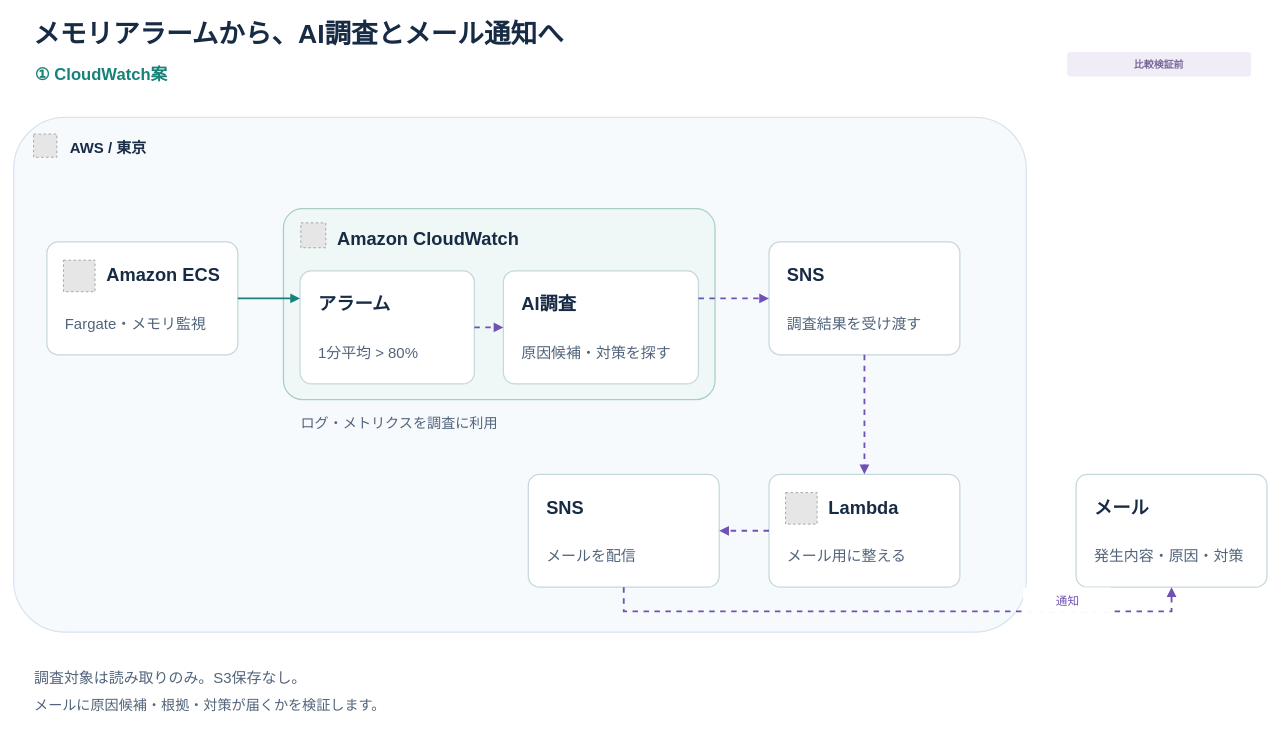
Earlier version of the draw.io diagram page "① CloudWatch案" (1 of 2) of docs/architecture.drawio (tikyuu/aws-incident-intelligence). Source tidied: cells renumbered, new cells numbered last; positions are measured from the earlier drawing's top-left corner, leaving out a move shared by most shapes. Both pictures are drawn from the tidied source at 83%, with x=0, y=0 at pixel (13, 13). Pictures stored in the file or linked from it are replaced by grey dashed boxes.
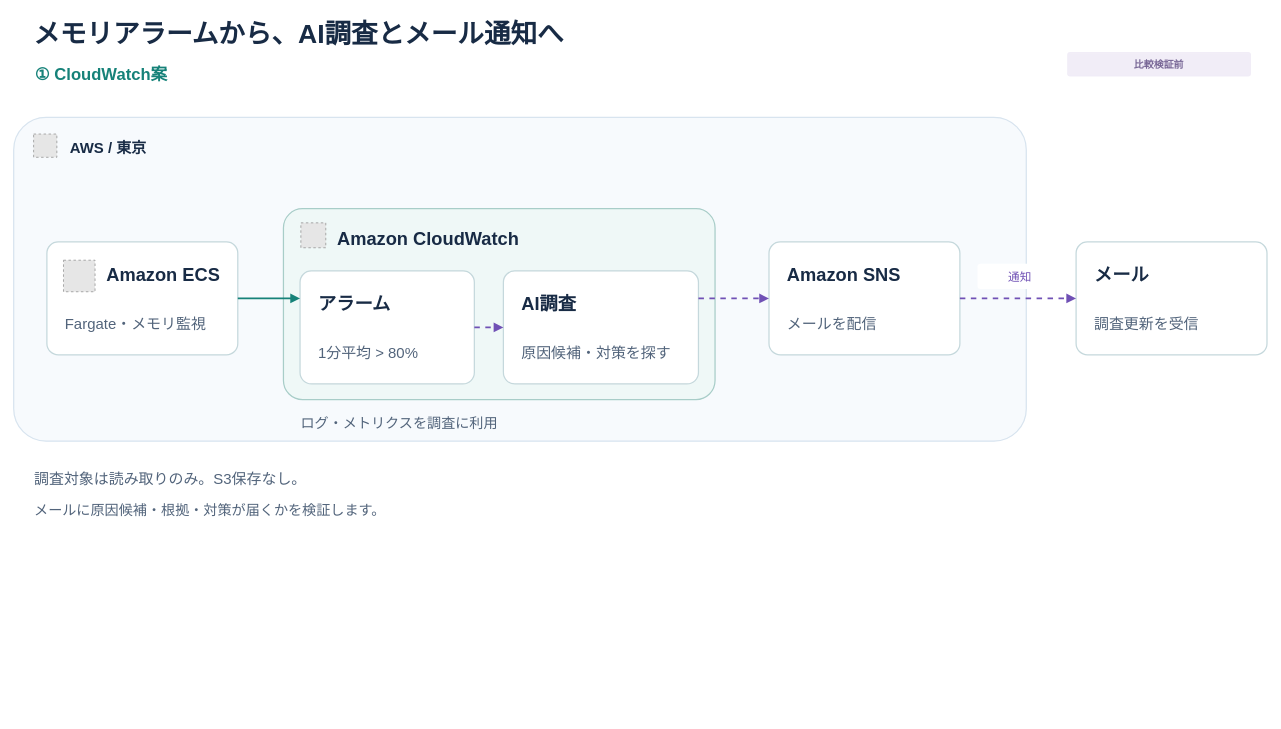
The same diagram, later.

Diff of the diagram source:
```diff
@@
     <mxCell id="6" style="rounded=1;arcSize=10;fillColor=#F7FAFD;strokeColor=#D8E4EF;strokeWidth=1.5;dashed=0;" parent="1" vertex="1">
-      <mxGeometry y="125" width="1220" height="620" as="geometry" />
+      <mxGeometry y="125" width="1220" height="390" as="geometry" />
     </mxCell>
@@
-    <mxCell id="24" value="SNS" style="text;html=0;strokeColor=none;fillColor=none;align=left;verticalAlign=top;spacing=0;fontFamily=Hiragino Sans;fontSize=22;fontColor=#182B45;fontStyle=1;" parent="1" vertex="1">
+    <mxCell id="24" value="Amazon SNS" style="text;html=0;strokeColor=none;fillColor=none;align=left;verticalAlign=top;spacing=0;fontFamily=Hiragino Sans;fontSize=22;fontColor=#182B45;fontStyle=1;" parent="1" vertex="1">
       <mxGeometry x="932" y="297" width="186" height="32" as="geometry" />
     </mxCell>
-    <mxCell id="25" value="調査結果を受け渡す" style="text;html=0;strokeColor=none;fillColor=none;align=left;verticalAlign=top;spacing=0;fontFamily=Hiragino Sans;fontSize=18;fontColor=#52647B;fontStyle=0;" parent="1" vertex="1">
+    <mxCell id="25" value="メールを配信" style="text;html=0;strokeColor=none;fillColor=none;align=left;verticalAlign=top;spacing=0;fontFamily=Hiragino Sans;fontSize=18;fontColor=#52647B;fontStyle=0;" parent="1" vertex="1">
       <mxGeometry x="932" y="358" width="186" height="28" as="geometry" />
     </mxCell>
     <mxCell id="26" style="rounded=1;arcSize=10;fillColor=#FFFFFF;strokeColor=#C5D8DC;strokeWidth=1.5;dashed=0;" parent="1" vertex="1">
-      <mxGeometry x="910" y="555" width="230" height="136" as="geometry" />
+      <mxGeometry x="1280" y="275" width="230" height="136" as="geometry" />
     </mxCell>
-    <mxCell id="27" style="fillColor=#E6E6E6;strokeColor=#999999;dashed=1;" parent="1" vertex="1">
-      <mxGeometry x="930" y="577" width="38" height="38" as="geometry" />
+    <mxCell id="27" value="メール" style="text;html=0;strokeColor=none;fillColor=none;align=left;verticalAlign=top;spacing=0;fontFamily=Hiragino Sans;fontSize=22;fontColor=#182B45;fontStyle=1;" parent="1" vertex="1">
+      <mxGeometry x="1302" y="297" width="186" height="32" as="geometry" />
     </mxCell>
-    <mxCell id="28" value="Lambda" style="text;html=0;strokeColor=none;fillColor=none;align=left;verticalAlign=top;spacing=0;fontFamily=Hiragino Sans;fontSize=22;fontColor=#182B45;fontStyle=1;" parent="1" vertex="1">
-      <mxGeometry x="982" y="577" width="140" height="32" as="geometry" />
+    <mxCell id="28" value="調査更新を受信" style="text;html=0;strokeColor=none;fillColor=none;align=left;verticalAlign=top;spacing=0;fontFamily=Hiragino Sans;fontSize=18;fontColor=#52647B;fontStyle=0;" parent="1" vertex="1">
+      <mxGeometry x="1302" y="358" width="186" height="28" as="geometry" />
     </mxCell>
-    <mxCell id="29" value="メール用に整える" style="text;html=0;strokeColor=none;fillColor=none;align=left;verticalAlign=top;spacing=0;fontFamily=Hiragino Sans;fontSize=18;fontColor=#52647B;fontStyle=0;" parent="1" vertex="1">
-      <mxGeometry x="932" y="638" width="186" height="28" as="geometry" />
-    </mxCell>
-    <mxCell id="30" style="rounded=1;arcSize=10;fillColor=#FFFFFF;strokeColor=#C5D8DC;strokeWidth=1.5;dashed=0;" parent="1" vertex="1">
-      <mxGeometry x="620" y="555" width="230" height="136" as="geometry" />
-    </mxCell>
-    <mxCell id="31" value="SNS" style="text;html=0;strokeColor=none;fillColor=none;align=left;verticalAlign=top;spacing=0;fontFamily=Hiragino Sans;fontSize=22;fontColor=#182B45;fontStyle=1;" parent="1" vertex="1">
-      <mxGeometry x="642" y="577" width="186" height="32" as="geometry" />
-    </mxCell>
-    <mxCell id="32" value="メールを配信" style="text;html=0;strokeColor=none;fillColor=none;align=left;verticalAlign=top;spacing=0;fontFamily=Hiragino Sans;fontSize=18;fontColor=#52647B;fontStyle=0;" parent="1" vertex="1">
-      <mxGeometry x="642" y="638" width="186" height="28" as="geometry" />
-    </mxCell>
+    <mxCell id="46" style="edgeStyle=none;rounded=0;html=0;strokeColor=#168279;strokeWidth=2.2;endArrow=block;endFill=1;startArrow=none;startFill=1;dashed=0;" parent="1" edge="1">
+      <mxGeometry relative="1" as="geometry">
+        <mxPoint x="270" y="343" as="sourcePoint" />
+        <mxPoint x="345" y="343" as="targetPoint" />
+      </mxGeometry>
+    </mxCell>
+    <mxCell id="47" style="edgeStyle=none;rounded=0;html=0;strokeColor=#7051B5;strokeWidth=2.2;endArrow=block;endFill=1;startArrow=none;startFill=1;dashed=1;" parent="1" edge="1">
+      <mxGeometry relative="1" as="geometry">
+        <mxPoint x="555" y="378" as="sourcePoint" />
+        <mxPoint x="590" y="378" as="targetPoint" />
+      </mxGeometry>
+    </mxCell>
+    <mxCell id="48" style="edgeStyle=none;rounded=0;html=0;strokeColor=#7051B5;strokeWidth=2.2;endArrow=block;endFill=1;startArrow=none;startFill=1;dashed=1;" parent="1" edge="1">
+      <mxGeometry relative="1" as="geometry">
+        <mxPoint x="825" y="343" as="sourcePoint" />
+        <mxPoint x="910" y="343" as="targetPoint" />
+      </mxGeometry>
+    </mxCell>
+    <mxCell id="49" style="edgeStyle=none;rounded=0;html=0;strokeColor=#7051B5;strokeWidth=2.2;endArrow=block;endFill=1;startArrow=none;startFill=1;dashed=1;" parent="1" edge="1">
+      <mxGeometry relative="1" as="geometry">
+        <mxPoint x="1140" y="343" as="sourcePoint" />
+        <mxPoint x="1280" y="343" as="targetPoint" />
+      </mxGeometry>
+    </mxCell>
-    <mxCell id="33" style="rounded=1;arcSize=10;fillColor=#FFFFFF;strokeColor=#C5D8DC;strokeWidth=1.5;dashed=0;" parent="1" vertex="1">
-      <mxGeometry x="1280" y="555" width="230" height="136" as="geometry" />
+    <mxCell id="33" style="rounded=1;arcSize=10;fillColor=#FFFFFF;strokeColor=#FFFFFF;strokeWidth=1.5;dashed=0;" parent="1" vertex="1">
+      <mxGeometry x="1162" y="302" width="101" height="29" as="geometry" />
     </mxCell>
-    <mxCell id="34" value="メール" style="text;html=0;strokeColor=none;fillColor=none;align=left;verticalAlign=top;spacing=0;fontFamily=Hiragino Sans;fontSize=22;fontColor=#182B45;fontStyle=1;" parent="1" vertex="1">
-      <mxGeometry x="1302" y="577" width="186" height="32" as="geometry" />
+    <mxCell id="34" value="通知" style="text;html=0;strokeColor=none;fillColor=none;align=center;verticalAlign=top;spacing=0;fontFamily=Hiragino Sans;fontSize=14;fontColor=#7051B5;fontStyle=0;" parent="1" vertex="1">
+      <mxGeometry x="1170" y="305" width="85" height="24" as="geometry" />
     </mxCell>
-    <mxCell id="35" value="発生内容・原因・対策" style="text;html=0;strokeColor=none;fillColor=none;align=left;verticalAlign=top;spacing=0;fontFamily=Hiragino Sans;fontSize=18;fontColor=#52647B;fontStyle=0;" parent="1" vertex="1">
-      <mxGeometry x="1302" y="638" width="186" height="28" as="geometry" />
+    <mxCell id="35" value="調査対象は読み取りのみ。S3保存なし。" style="text;html=0;strokeColor=none;fillColor=none;align=left;verticalAlign=top;spacing=0;fontFamily=Hiragino Sans;fontSize=18;fontColor=#52647B;fontStyle=0;" parent="1" vertex="1">
+      <mxGeometry x="25" y="545" width="1400" height="28" as="geometry" />
     </mxCell>
-    <mxCell id="36" style="edgeStyle=none;rounded=0;html=0;strokeColor=#168279;strokeWidth=2.2;endArrow=block;endFill=1;startArrow=none;startFill=1;dashed=0;" parent="1" edge="1">
-      <mxGeometry relative="1" as="geometry">
-        <mxPoint x="270" y="343" as="sourcePoint" />
-        <mxPoint x="345" y="343" as="targetPoint" />
-      </mxGeometry>
-    </mxCell>
-    <mxCell id="37" style="edgeStyle=none;rounded=0;html=0;strokeColor=#7051B5;strokeWidth=2.2;endArrow=block;endFill=1;startArrow=none;startFill=1;dashed=1;" parent="1" edge="1">
-      <mxGeometry relative="1" as="geometry">
-        <mxPoint x="555" y="378" as="sourcePoint" />
-        <mxPoint x="590" y="378" as="targetPoint" />
-      </mxGeometry>
-    </mxCell>
-    <mxCell id="38" style="edgeStyle=none;rounded=0;html=0;strokeColor=#7051B5;strokeWidth=2.2;endArrow=block;endFill=1;startArrow=none;startFill=1;dashed=1;" parent="1" edge="1">
-      <mxGeometry relative="1" as="geometry">
-        <mxPoint x="825" y="343" as="sourcePoint" />
-        <mxPoint x="910" y="343" as="targetPoint" />
-      </mxGeometry>
-    </mxCell>
-    <mxCell id="39" style="edgeStyle=none;rounded=0;html=0;strokeColor=#7051B5;strokeWidth=2.2;endArrow=block;endFill=1;startArrow=none;startFill=1;dashed=1;" parent="1" edge="1">
-      <mxGeometry relative="1" as="geometry">
-        <mxPoint x="1025" y="411" as="sourcePoint" />
-        <mxPoint x="1025" y="555" as="targetPoint" />
-      </mxGeometry>
-    </mxCell>
-    <mxCell id="40" style="edgeStyle=none;rounded=0;html=0;strokeColor=#7051B5;strokeWidth=2.2;endArrow=block;endFill=1;startArrow=none;startFill=1;dashed=1;" parent="1" edge="1">
-      <mxGeometry relative="1" as="geometry">
-        <mxPoint x="910" y="623" as="sourcePoint" />
-        <mxPoint x="850" y="623" as="targetPoint" />
-      </mxGeometry>
-    </mxCell>
-    <mxCell id="41" style="edgeStyle=none;rounded=0;html=0;strokeColor=#7051B5;strokeWidth=2.2;endArrow=block;endFill=1;startArrow=none;startFill=1;dashed=1;" parent="1" edge="1">
-      <mxGeometry relative="1" as="geometry">
-        <mxPoint x="735" y="691" as="sourcePoint" />
-        <mxPoint x="1395" y="691" as="targetPoint" />
-        <Array as="points">
-          <mxPoint x="735" y="720" />
-          <mxPoint x="1395" y="720" />
-        </Array>
-      </mxGeometry>
-    </mxCell>
-    <mxCell id="42" style="rounded=1;arcSize=10;fillColor=#FFFFFF;strokeColor=#FFFFFF;strokeWidth=1.5;dashed=0;" parent="1" vertex="1">
-      <mxGeometry x="1217" y="692" width="106" height="29" as="geometry" />
-    </mxCell>
-    <mxCell id="43" value="通知" style="text;html=0;strokeColor=none;fillColor=none;align=center;verticalAlign=top;spacing=0;fontFamily=Hiragino Sans;fontSize=14;fontColor=#7051B5;fontStyle=0;" parent="1" vertex="1">
-      <mxGeometry x="1225" y="695" width="90" height="24" as="geometry" />
-    </mxCell>
-    <mxCell id="44" value="調査対象は読み取りのみ。S3保存なし。" style="text;html=0;strokeColor=none;fillColor=none;align=left;verticalAlign=top;spacing=0;fontFamily=Hiragino Sans;fontSize=18;fontColor=#52647B;fontStyle=0;" parent="1" vertex="1">
-      <mxGeometry x="25" y="785" width="1400" height="28" as="geometry" />
-    </mxCell>
     <mxCell id="45" value="メールに原因候補・根拠・対策が届くかを検証します。" style="text;html=0;strokeColor=none;fillColor=none;align=left;verticalAlign=top;spacing=0;fontFamily=Hiragino Sans;fontSize=17;fontColor=#52647B;fontStyle=0;" parent="1" vertex="1">
-      <mxGeometry x="25" y="818" width="1400" height="27" as="geometry" />
+      <mxGeometry x="25" y="583" width="1400" height="27" as="geometry" />
     </mxCell>
```
